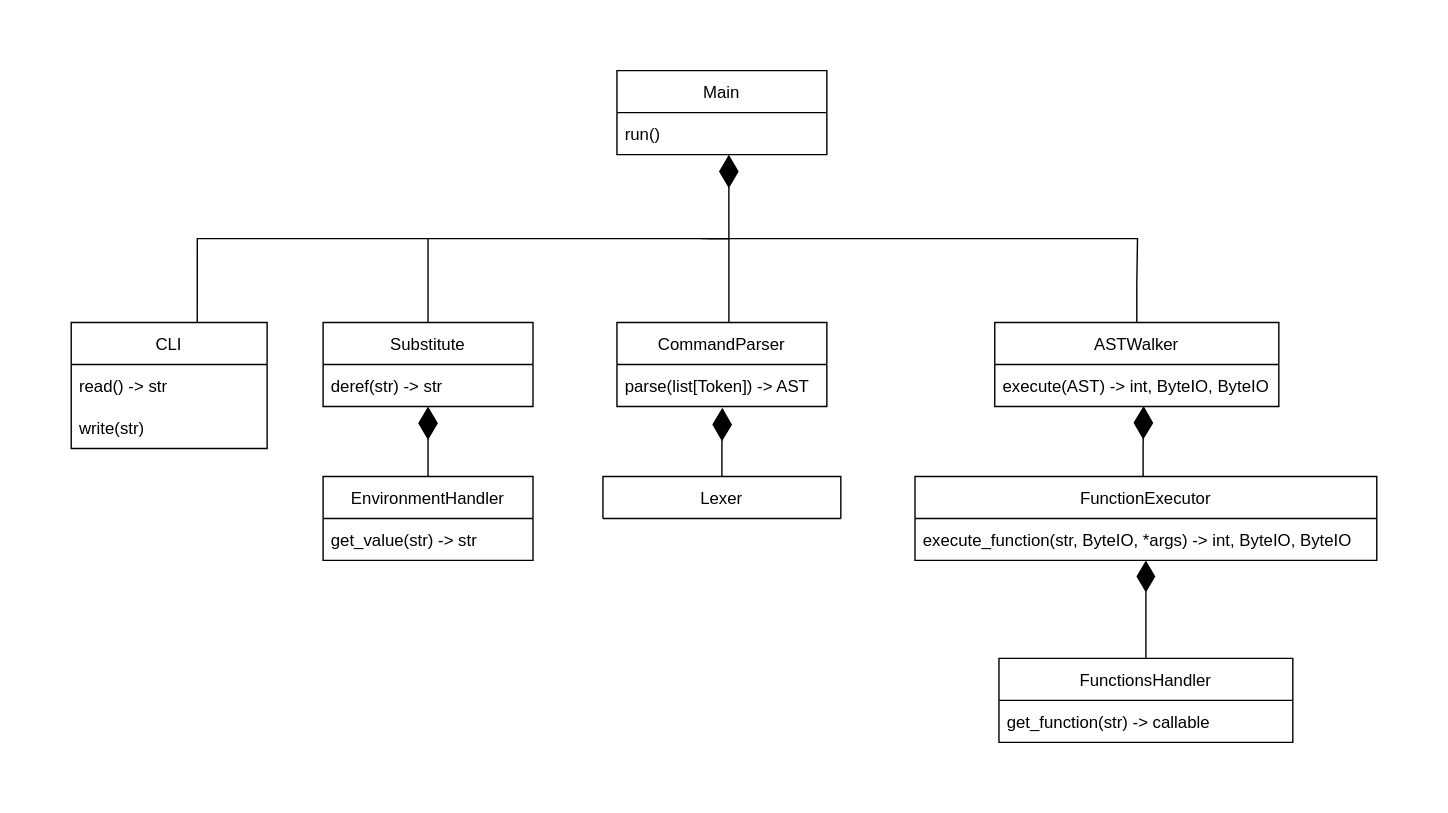
The draw.io diagram diagram.svg in vladnosiv/sd-hse-2022, before a commit. Source tidied: cells renumbered, new cells last; positions are measured from the earlier drawing's top-left corner, leaving out a move shared by most shapes.
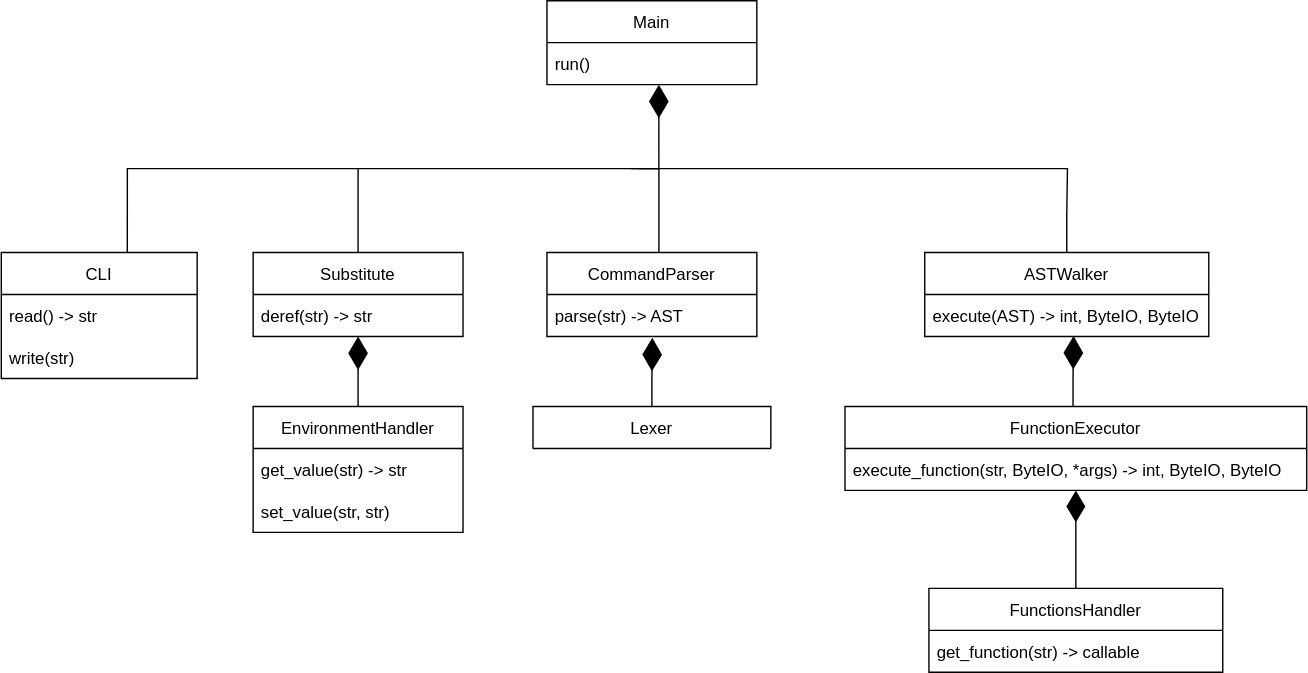
After the change.

What changed in the source:
```diff
@@ -37,18 +37,21 @@
     <mxCell id="9" value="CommandParser" style="swimlane;fontStyle=0;horizontal=1;startSize=30;" parent="1" vertex="1">
       <mxGeometry x="390" y="180" width="150" height="60" as="geometry" />
     </mxCell>
-    <mxCell id="10" value="parse(list[Token]) -&gt; AST" style="text;strokeColor=none;fillColor=none;align=left;verticalAlign=middle;spacingLeft=4;spacingRight=4;overflow=hidden;points=[[0,0.5],[1,0.5]];portConstraint=eastwest;" parent="9" vertex="1">
+    <mxCell id="10" value="parse(str) -&gt; AST" style="text;strokeColor=none;fillColor=none;align=left;verticalAlign=middle;spacingLeft=4;spacingRight=4;overflow=hidden;points=[[0,0.5],[1,0.5]];portConstraint=eastwest;" parent="9" vertex="1">
       <mxGeometry y="30" width="150" height="30" as="geometry" />
     </mxCell>
     <mxCell id="11" style="edgeStyle=orthogonalEdgeStyle;rounded=0;jettySize=auto;html=1;entryX=0.5;entryY=1;entryDx=0;entryDy=0;entryPerimeter=0;endArrow=diamondThin;endFill=1;endSize=21;strokeWidth=1;" parent="1" edge="1" source="12" target="19">
       <mxGeometry relative="1" as="geometry" />
     </mxCell>
     <mxCell id="12" value="EnvironmentHandler" style="swimlane;fontStyle=0;horizontal=1;startSize=30;" parent="1" vertex="1">
-      <mxGeometry x="180" y="290" width="150" height="60" as="geometry" />
+      <mxGeometry x="180" y="290" width="150" height="90" as="geometry" />
     </mxCell>
     <mxCell id="13" value="get_value(str) -&gt; str" style="text;strokeColor=none;fillColor=none;align=left;verticalAlign=middle;spacingLeft=4;spacingRight=4;overflow=hidden;" parent="12" vertex="1">
       <mxGeometry y="30" width="150" height="30" as="geometry" />
     </mxCell>
+    <mxCell id="28" value="set_value(str, str)" style="text;strokeColor=none;fillColor=none;align=left;verticalAlign=middle;spacingLeft=4;spacingRight=4;overflow=hidden;" parent="12" vertex="1">
+      <mxGeometry y="60" width="150" height="30" as="geometry" />
+    </mxCell>
     <mxCell id="14" style="edgeStyle=orthogonalEdgeStyle;rounded=0;jettySize=auto;html=1;entryX=0.524;entryY=0.989;entryDx=0;entryDy=0;entryPerimeter=0;endArrow=diamondThin;endFill=1;endSize=21;strokeWidth=1;" parent="1" edge="1" source="15" target="22">
       <mxGeometry relative="1" as="geometry">
         <Array as="points">
```
